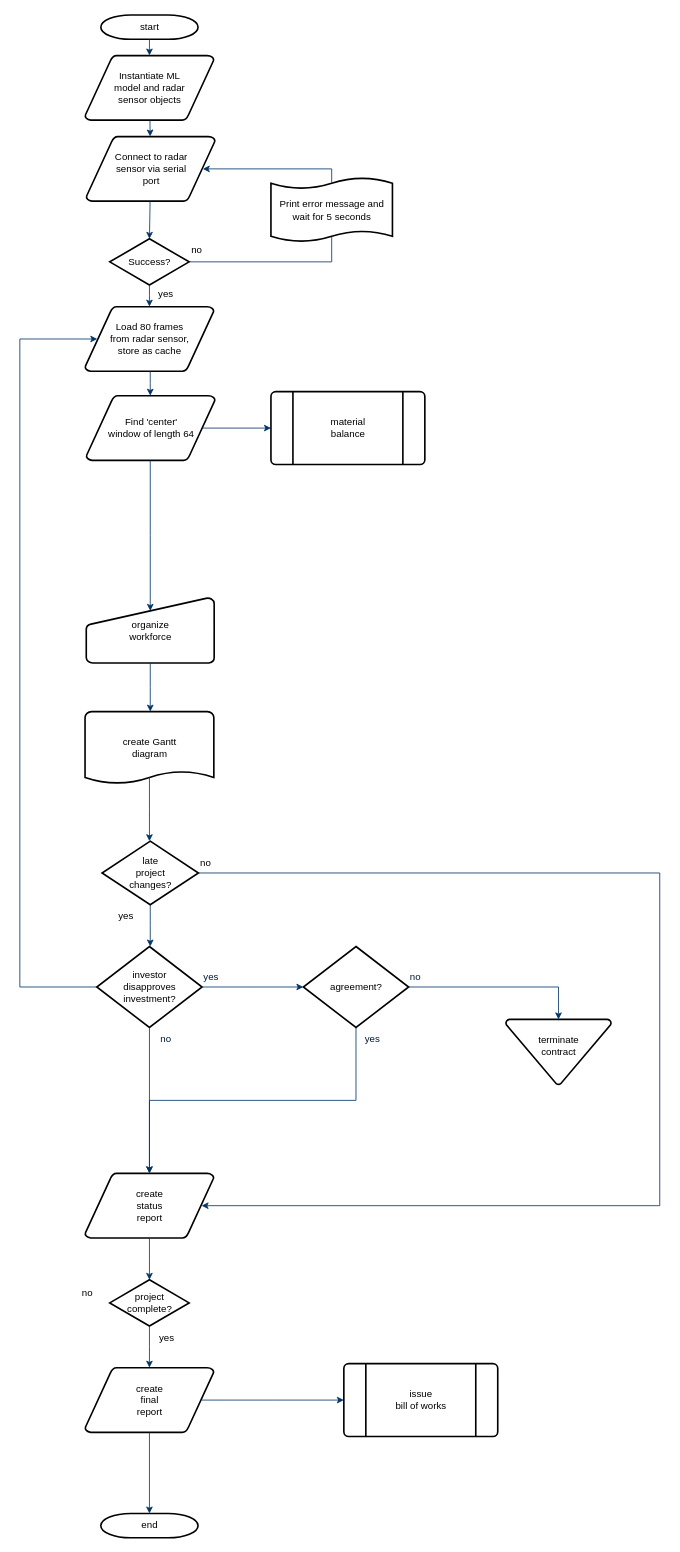
The draw.io diagram page "Centering Algorithm" (2 of 2) of admin-files/dip_diagrams.drawio in leephilipx/smart-touchless-control-radar, before the edit. Source tidied: cells renumbered, new cells numbered last; positions are measured from the earlier drawing's top-left corner, leaving out a move shared by most shapes. Both pictures are drawn from the tidied source at 81%, with x=0, y=0 at pixel (19, 15).
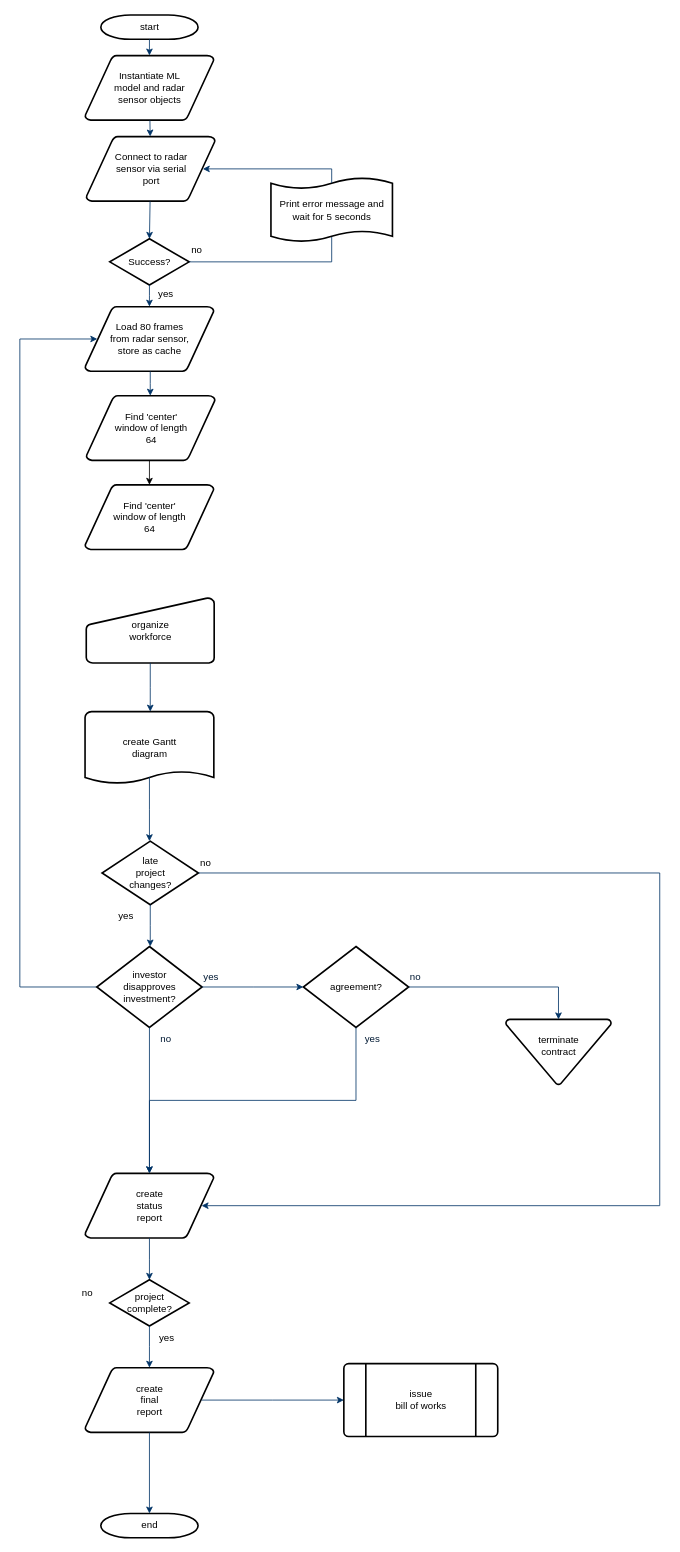
Above is the later version.

The change refers to these unchanged cells:
```xml
<mxCell id="18" value="organize &#10;workforce" style="shape=mxgraph.flowchart.manual_input;strokeWidth=2;gradientColor=none;gradientDirection=north;fontStyle=0;html=1;" parent="1" vertex="1">
  <mxGeometry x="82" y="720" width="158" height="80" as="geometry" />
</mxCell>
```

Change to the diagram source:
```diff
@@
+    <mxCell id="53" style="edgeStyle=orthogonalEdgeStyle;rounded=0;jettySize=auto;html=1;exitX=0.5;exitY=1;exitDx=0;exitDy=0;exitPerimeter=0;entryX=0.5;entryY=0;entryDx=0;entryDy=0;entryPerimeter=0;" parent="1" edge="1" source="13" target="54">
+      <mxGeometry relative="1" as="geometry" />
+    </mxCell>
-    <mxCell id="13" value="Find 'center'&lt;br&gt;window of length 64" style="shape=mxgraph.flowchart.data;strokeWidth=2;gradientColor=none;gradientDirection=north;fontStyle=0;html=1;" parent="1" vertex="1">
+    <mxCell id="13" value="Find 'center'&lt;br&gt;window of length&lt;br&gt;64" style="shape=mxgraph.flowchart.data;strokeWidth=2;gradientColor=none;gradientDirection=north;fontStyle=0;html=1;" parent="1" vertex="1">
       <mxGeometry x="82" y="470" width="159" height="80" as="geometry" />
     </mxCell>
@@
-    <mxCell id="16" value="material&#10;balance" style="shape=mxgraph.flowchart.predefined_process;strokeWidth=2;gradientColor=none;gradientDirection=north;fontStyle=0;html=1;" parent="1" vertex="1">
-      <mxGeometry x="310" y="465" width="190" height="90" as="geometry" />
-    </mxCell>
-    <mxCell id="17" style="edgeStyle=elbowEdgeStyle;elbow=horizontal;exitX=0.905;exitY=0.5;exitPerimeter=0;fontStyle=1;strokeColor=#003366;strokeWidth=1;html=1;rounded=0;" parent="1" edge="1" source="13" target="16">
-      <mxGeometry x="-100" y="-40" as="geometry" />
-    </mxCell>
@@
-    <mxCell id="19" style="edgeStyle=elbowEdgeStyle;elbow=horizontal;entryX=0.5;entryY=0.195;entryPerimeter=0;fontStyle=1;strokeColor=#003366;strokeWidth=1;html=1;rounded=0;" parent="1" edge="1" source="13" target="18">
-      <mxGeometry x="-100" y="-40" as="geometry" />
-    </mxCell>
@@
+    <mxCell id="54" value="Find 'center'&lt;br&gt;window of length&lt;br&gt;64" style="shape=mxgraph.flowchart.data;strokeWidth=2;gradientColor=none;gradientDirection=north;fontStyle=0;html=1;" parent="1" vertex="1">
+      <mxGeometry x="80.5" y="580" width="159" height="80" as="geometry" />
+    </mxCell>
```
